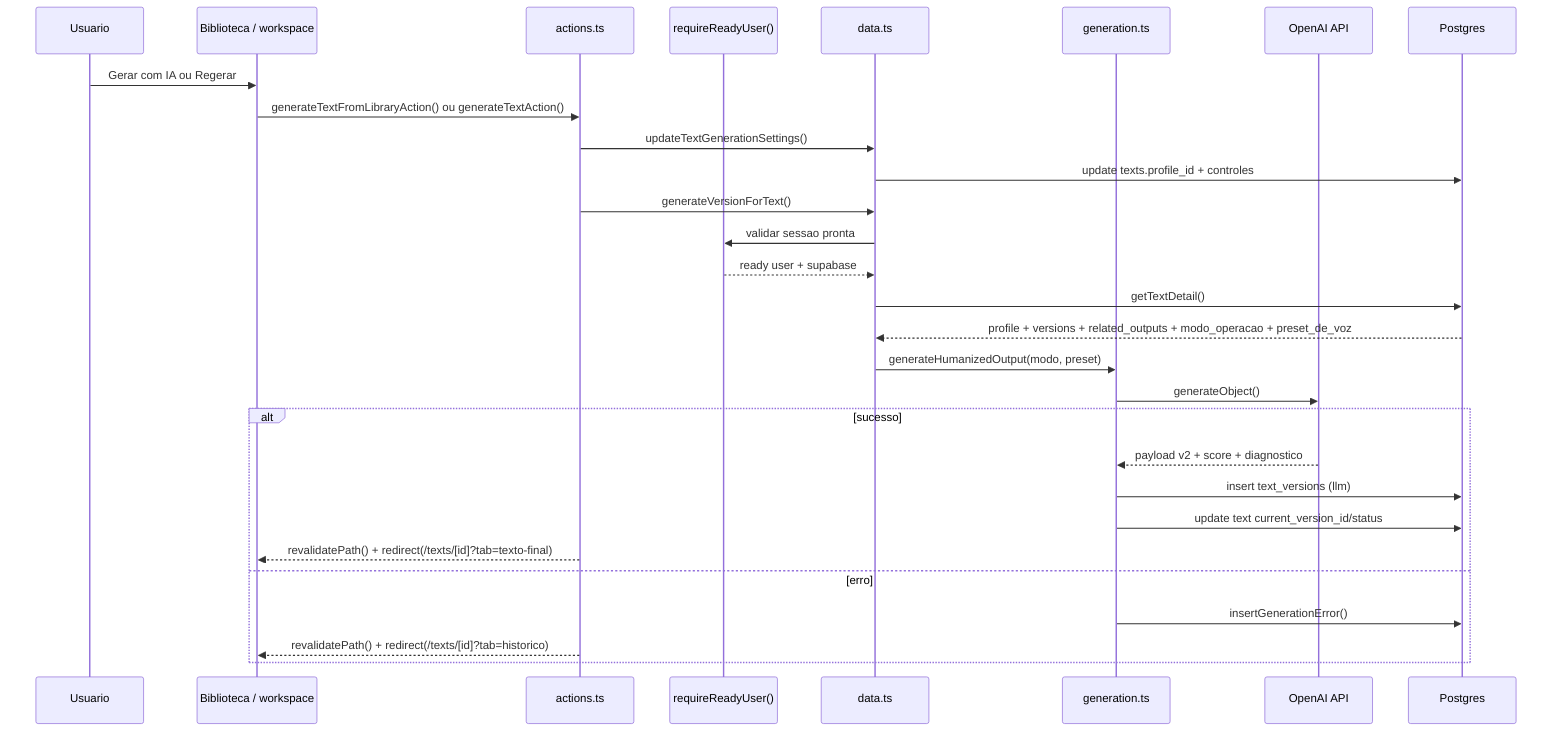
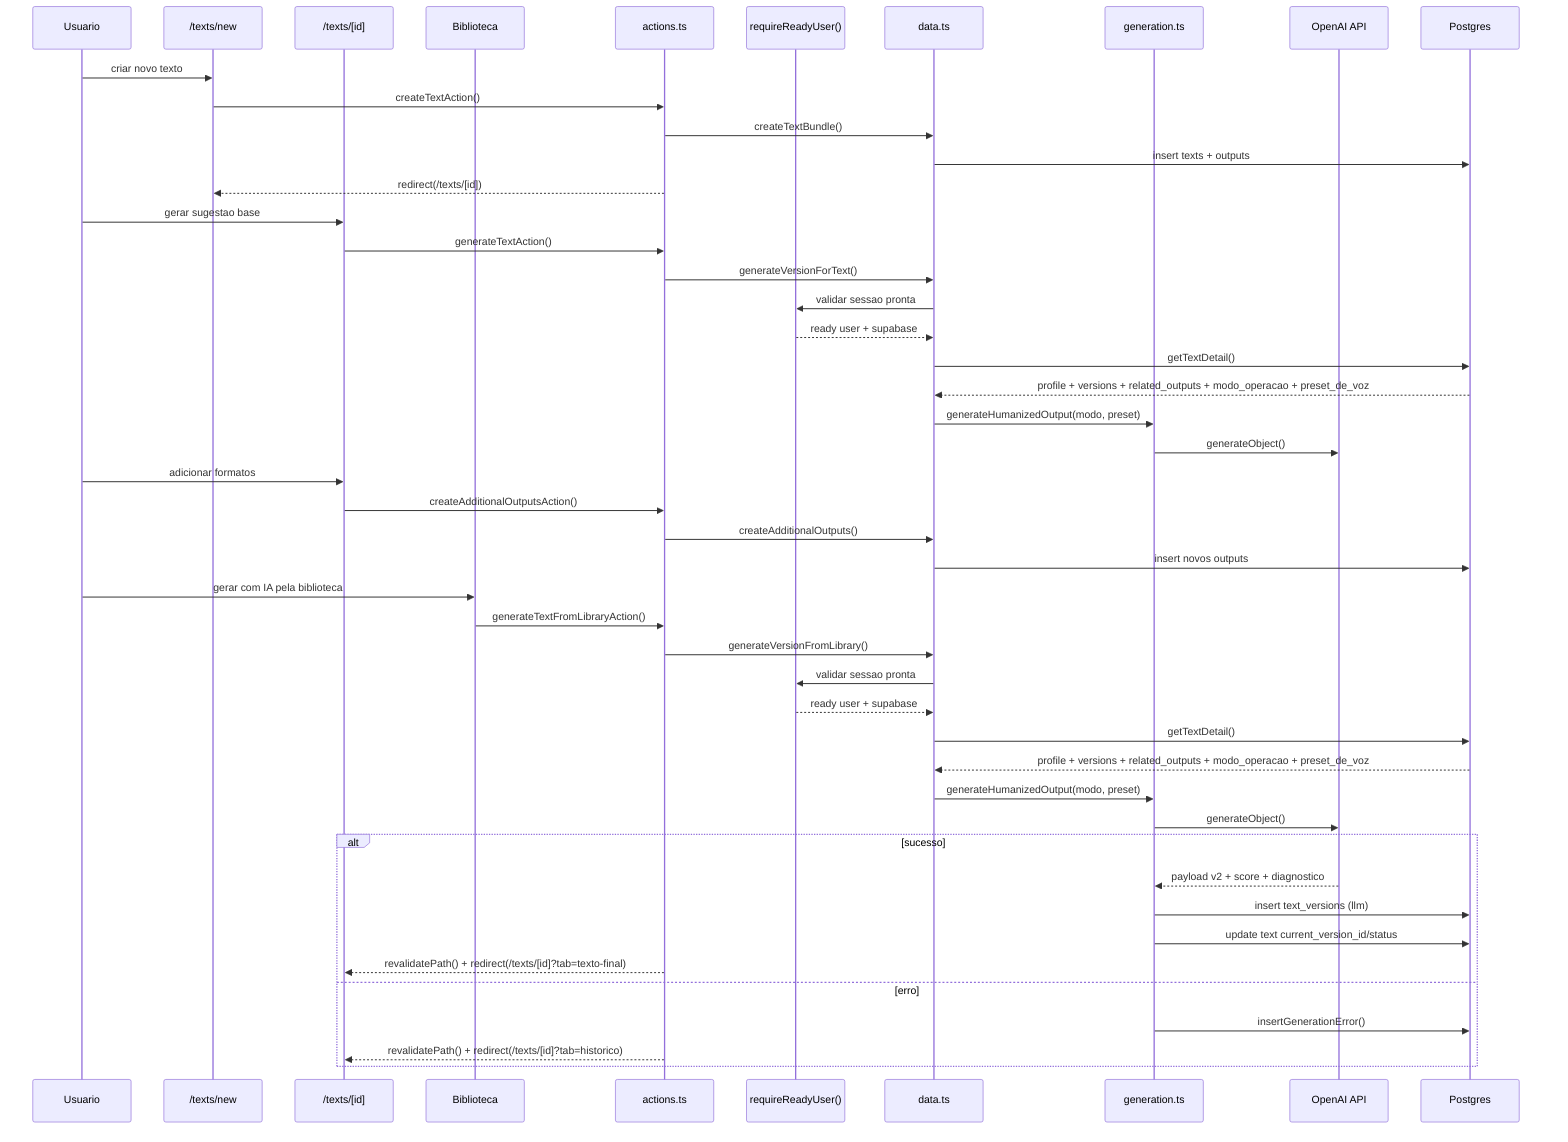
sequenceDiagram
  participant U as Usuario
-   participant P as Biblioteca / workspace
+   participant N as /texts/new
+   participant T as /texts/[id]
+   participant B as Biblioteca
  participant A as actions.ts
  participant AUTH as requireReadyUser()
  participant D as data.ts
  participant G as generation.ts
  participant O as OpenAI API
  participant DB as Postgres

-   U->>P: Gerar com IA ou Regerar
-   P->>A: generateTextFromLibraryAction() ou generateTextAction()
-   A->>D: updateTextGenerationSettings()
-   D->>DB: update texts.profile_id + controles
+   U->>N: criar novo texto
+   N->>A: createTextAction()
+   A->>D: createTextBundle()
+   D->>DB: insert texts + outputs
+   A-->>N: redirect(/texts/[id])
+ 
+   U->>T: gerar sugestao base
+   T->>A: generateTextAction()
  A->>D: generateVersionForText()
+   D->>AUTH: validar sessao pronta
+   AUTH-->>D: ready user + supabase
+   D->>DB: getTextDetail()
+   DB-->>D: profile + versions + related_outputs + modo_operacao + preset_de_voz
+   D->>G: generateHumanizedOutput(modo, preset)
+   G->>O: generateObject()
+ 
+   U->>T: adicionar formatos
+   T->>A: createAdditionalOutputsAction()
+   A->>D: createAdditionalOutputs()
+   D->>DB: insert novos outputs
+ 
+   U->>B: gerar com IA pela biblioteca
+   B->>A: generateTextFromLibraryAction()
+   A->>D: generateVersionFromLibrary()
  D->>AUTH: validar sessao pronta
  AUTH-->>D: ready user + supabase
  D->>DB: getTextDetail()
  DB-->>D: profile + versions + related_outputs + modo_operacao + preset_de_voz
  D->>G: generateHumanizedOutput(modo, preset)
  G->>O: generateObject()

  alt sucesso
    O-->>G: payload v2 + score + diagnostico
    G->>DB: insert text_versions (llm)
    G->>DB: update text current_version_id/status
-     A-->>P: revalidatePath() + redirect(/texts/[id]?tab=texto-final)
+     A-->>T: revalidatePath() + redirect(/texts/[id]?tab=texto-final)
  else erro
    G->>DB: insertGenerationError()
-     A-->>P: revalidatePath() + redirect(/texts/[id]?tab=historico)
+     A-->>T: revalidatePath() + redirect(/texts/[id]?tab=historico)
  end
